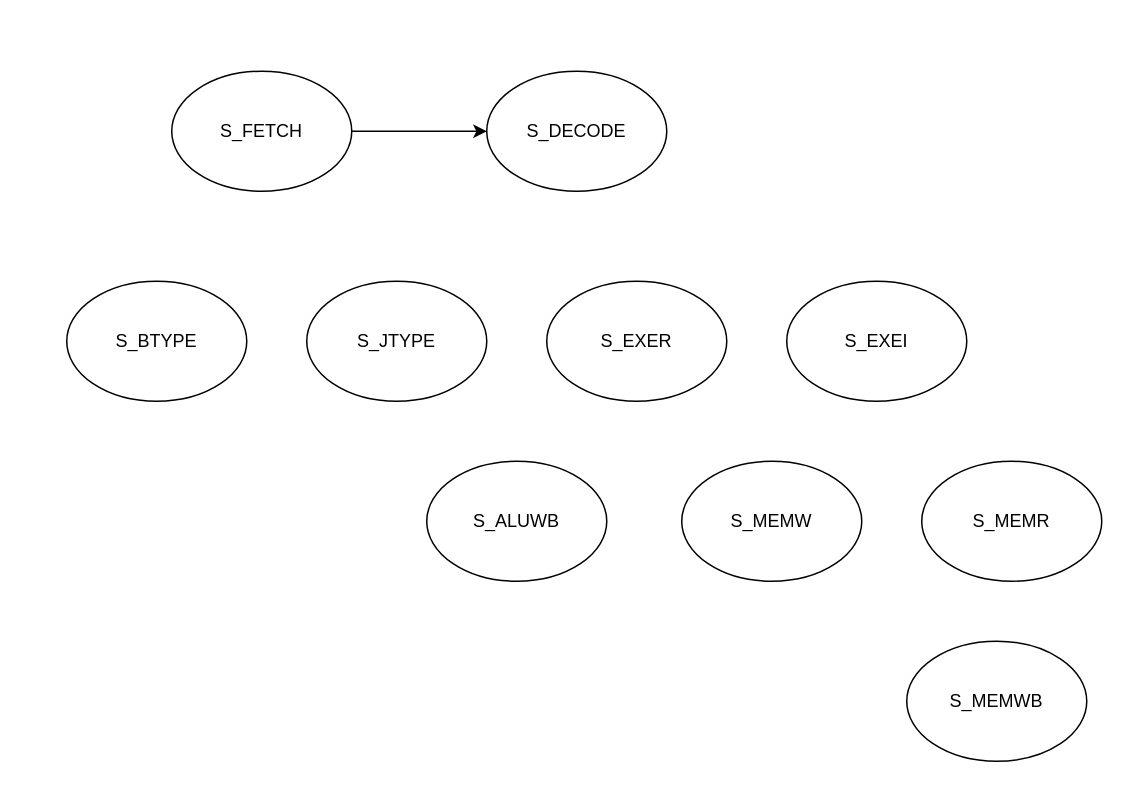
SungChul-CHA/RISC-V_CPU keeps this draw.io diagram as src/fsm.drawio. Above is the earlier version. Source tidied: cells renumbered, new cells numbered last; positions are measured from the earlier drawing's top-left corner, leaving out a move shared by most shapes. Both pictures are drawn from the tidied source at 150%, with x=0, y=0 at pixel (66, 70).
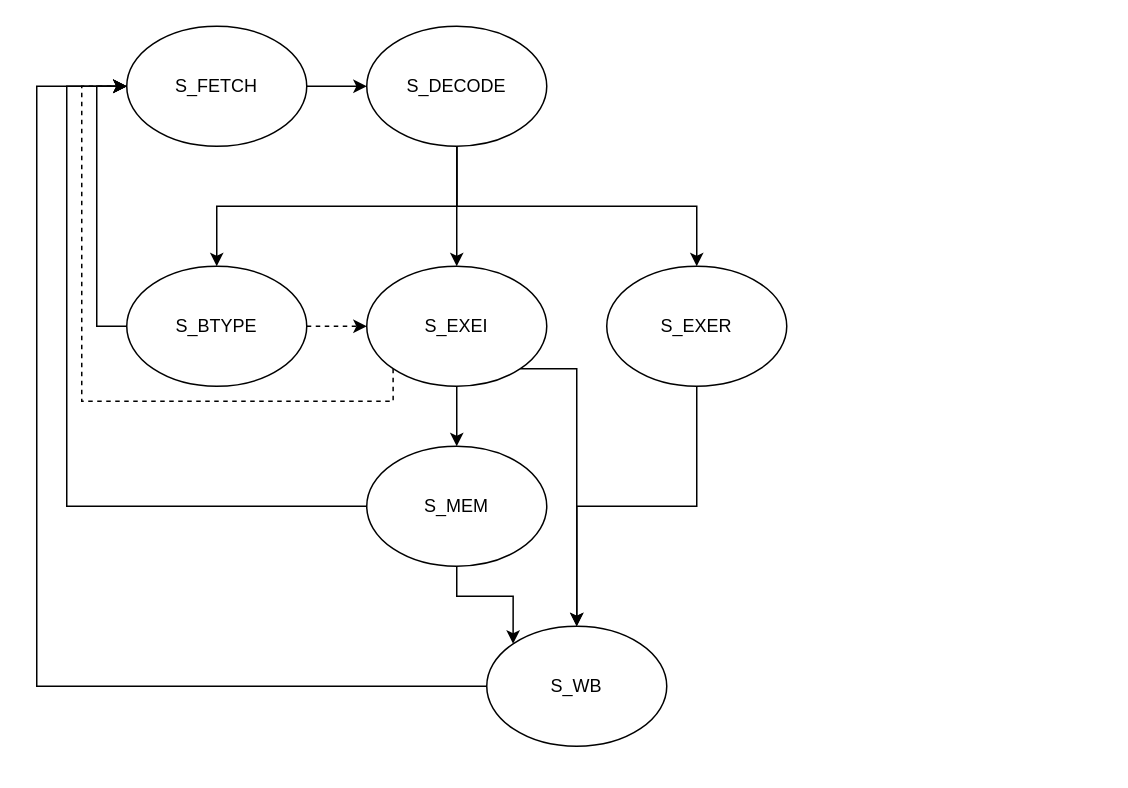
The same diagram, later.

Commit message (it also covers changes not shown here):
FSM diagram change

Diff of the diagram source:
```diff
@@
-    <mxCell id="2" style="edgeStyle=orthogonalEdgeStyle;rounded=0;jettySize=auto;html=1;exitX=1;exitY=0.5;exitDx=0;exitDy=0;" parent="1" edge="1" source="3" target="4">
+    <mxCell id="2" style="edgeStyle=orthogonalEdgeStyle;rounded=0;jettySize=auto;html=1;exitX=1;exitY=0.5;exitDx=0;exitDy=0;entryX=0;entryY=0.5;entryDx=0;entryDy=0;" parent="1" edge="1" source="3" target="4">
       <mxGeometry relative="1" as="geometry" />
     </mxCell>
     <mxCell id="3" value="S_FETCH" style="ellipse;whiteSpace=wrap;html=1;" parent="1" vertex="1">
-      <mxGeometry x="70" width="120" height="80" as="geometry" />
+      <mxGeometry x="40" y="-30" width="120" height="80" as="geometry" />
     </mxCell>
+    <mxCell id="13" style="edgeStyle=orthogonalEdgeStyle;rounded=0;jettySize=auto;html=1;exitX=0.5;exitY=1;exitDx=0;exitDy=0;entryX=0.5;entryY=0;entryDx=0;entryDy=0;" parent="1" edge="1" source="4" target="8">
+      <mxGeometry relative="1" as="geometry" />
+    </mxCell>
+    <mxCell id="14" style="edgeStyle=orthogonalEdgeStyle;rounded=0;jettySize=auto;html=1;exitX=0.5;exitY=1;exitDx=0;exitDy=0;entryX=0.5;entryY=0;entryDx=0;entryDy=0;" parent="1" edge="1" source="4" target="11">
+      <mxGeometry relative="1" as="geometry" />
+    </mxCell>
+    <mxCell id="15" style="edgeStyle=orthogonalEdgeStyle;rounded=0;jettySize=auto;html=1;exitX=0.5;exitY=1;exitDx=0;exitDy=0;entryX=0.5;entryY=0;entryDx=0;entryDy=0;" parent="1" edge="1" source="4" target="10">
+      <mxGeometry relative="1" as="geometry" />
+    </mxCell>
     <mxCell id="4" value="S_DECODE" style="ellipse;whiteSpace=wrap;html=1;" parent="1" vertex="1">
-      <mxGeometry x="280" width="120" height="80" as="geometry" />
+      <mxGeometry x="200" y="-30" width="120" height="80" as="geometry" />
     </mxCell>
+    <mxCell id="16" style="edgeStyle=orthogonalEdgeStyle;rounded=0;jettySize=auto;html=1;exitX=0;exitY=0.5;exitDx=0;exitDy=0;entryX=0;entryY=0.5;entryDx=0;entryDy=0;" parent="1" edge="1" source="5" target="3">
+      <mxGeometry relative="1" as="geometry">
+        <Array as="points">
+          <mxPoint x="-20" y="410" />
+          <mxPoint x="-20" y="10" />
+        </Array>
+      </mxGeometry>
+    </mxCell>
-    <mxCell id="5" value="S_MEMWB" style="ellipse;whiteSpace=wrap;html=1;" parent="1" vertex="1">
-      <mxGeometry x="560" y="380" width="120" height="80" as="geometry" />
+    <mxCell id="5" value="S_&lt;span style=&quot;background-color: initial;&quot;&gt;WB&lt;/span&gt;" style="ellipse;whiteSpace=wrap;html=1;" parent="1" vertex="1">
+      <mxGeometry x="280" y="370" width="120" height="80" as="geometry" />
     </mxCell>
+    <mxCell id="17" style="edgeStyle=orthogonalEdgeStyle;rounded=0;jettySize=auto;html=1;exitX=0.5;exitY=1;exitDx=0;exitDy=0;entryX=0;entryY=0;entryDx=0;entryDy=0;" parent="1" edge="1" source="6" target="5">
+      <mxGeometry relative="1" as="geometry" />
+    </mxCell>
+    <mxCell id="18" style="edgeStyle=orthogonalEdgeStyle;rounded=0;jettySize=auto;html=1;exitX=0;exitY=0.5;exitDx=0;exitDy=0;entryX=0;entryY=0.5;entryDx=0;entryDy=0;" parent="1" edge="1" source="6" target="3">
+      <mxGeometry relative="1" as="geometry">
+        <Array as="points">
+          <mxPoint y="290" />
+          <mxPoint y="10" />
+        </Array>
+      </mxGeometry>
+    </mxCell>
-    <mxCell id="6" value="S_MEMW" style="ellipse;whiteSpace=wrap;html=1;" parent="1" vertex="1">
-      <mxGeometry x="410" y="260" width="120" height="80" as="geometry" />
+    <mxCell id="6" value="S_MEM" style="ellipse;whiteSpace=wrap;html=1;" parent="1" vertex="1">
+      <mxGeometry x="200" y="250" width="120" height="80" as="geometry" />
     </mxCell>
-    <mxCell id="7" value="S_MEMR" style="ellipse;whiteSpace=wrap;html=1;" parent="1" vertex="1">
-      <mxGeometry x="570" y="260" width="120" height="80" as="geometry" />
-    </mxCell>
+    <mxCell id="19" style="edgeStyle=orthogonalEdgeStyle;rounded=0;jettySize=auto;html=1;exitX=0;exitY=0.5;exitDx=0;exitDy=0;entryX=0;entryY=0.5;entryDx=0;entryDy=0;" parent="1" edge="1" source="8" target="3">
+      <mxGeometry relative="1" as="geometry" />
+    </mxCell>
+    <mxCell id="20" style="edgeStyle=orthogonalEdgeStyle;rounded=0;jettySize=auto;html=1;exitX=1;exitY=0.5;exitDx=0;exitDy=0;entryX=0;entryY=0.5;entryDx=0;entryDy=0;dashed=1;" parent="1" edge="1" source="8" target="11">
+      <mxGeometry relative="1" as="geometry" />
+    </mxCell>
     <mxCell id="8" value="S_BTYPE" style="ellipse;whiteSpace=wrap;html=1;" parent="1" vertex="1">
-      <mxGeometry y="140" width="120" height="80" as="geometry" />
+      <mxGeometry x="40" y="130" width="120" height="80" as="geometry" />
     </mxCell>
-    <mxCell id="9" value="S_JTYPE" style="ellipse;whiteSpace=wrap;html=1;" parent="1" vertex="1">
-      <mxGeometry x="160" y="140" width="120" height="80" as="geometry" />
-    </mxCell>
+    <mxCell id="21" style="edgeStyle=orthogonalEdgeStyle;rounded=0;jettySize=auto;html=1;exitX=0.5;exitY=1;exitDx=0;exitDy=0;entryX=0.5;entryY=0;entryDx=0;entryDy=0;" parent="1" edge="1" source="10" target="5">
+      <mxGeometry relative="1" as="geometry" />
+    </mxCell>
     <mxCell id="10" value="S_EXER" style="ellipse;whiteSpace=wrap;html=1;" parent="1" vertex="1">
-      <mxGeometry x="320" y="140" width="120" height="80" as="geometry" />
+      <mxGeometry x="360" y="130" width="120" height="80" as="geometry" />
     </mxCell>
+    <mxCell id="22" style="edgeStyle=orthogonalEdgeStyle;rounded=0;jettySize=auto;html=1;exitX=0.5;exitY=1;exitDx=0;exitDy=0;" parent="1" edge="1" source="11" target="6">
+      <mxGeometry relative="1" as="geometry" />
+    </mxCell>
+    <mxCell id="23" style="edgeStyle=orthogonalEdgeStyle;rounded=0;jettySize=auto;html=1;exitX=1;exitY=1;exitDx=0;exitDy=0;entryX=0.5;entryY=0;entryDx=0;entryDy=0;" parent="1" edge="1" source="11" target="5">
+      <mxGeometry relative="1" as="geometry">
+        <Array as="points">
+          <mxPoint x="340" y="198" />
+        </Array>
+      </mxGeometry>
+    </mxCell>
+    <mxCell id="24" style="edgeStyle=orthogonalEdgeStyle;rounded=0;jettySize=auto;html=1;exitX=0;exitY=1;exitDx=0;exitDy=0;entryX=0;entryY=0.5;entryDx=0;entryDy=0;dashed=1;" parent="1" edge="1" source="11" target="3">
+      <mxGeometry relative="1" as="geometry">
+        <Array as="points">
+          <mxPoint x="218" y="220" />
+          <mxPoint x="10" y="220" />
+          <mxPoint x="10" y="10" />
+        </Array>
+      </mxGeometry>
+    </mxCell>
     <mxCell id="11" value="S_EXEI" style="ellipse;whiteSpace=wrap;html=1;" parent="1" vertex="1">
-      <mxGeometry x="480" y="140" width="120" height="80" as="geometry" />
+      <mxGeometry x="200" y="130" width="120" height="80" as="geometry" />
     </mxCell>
-    <mxCell id="12" value="S_ALUWB" style="ellipse;whiteSpace=wrap;html=1;" parent="1" vertex="1">
-      <mxGeometry x="240" y="260" width="120" height="80" as="geometry" />
-    </mxCell>
```
